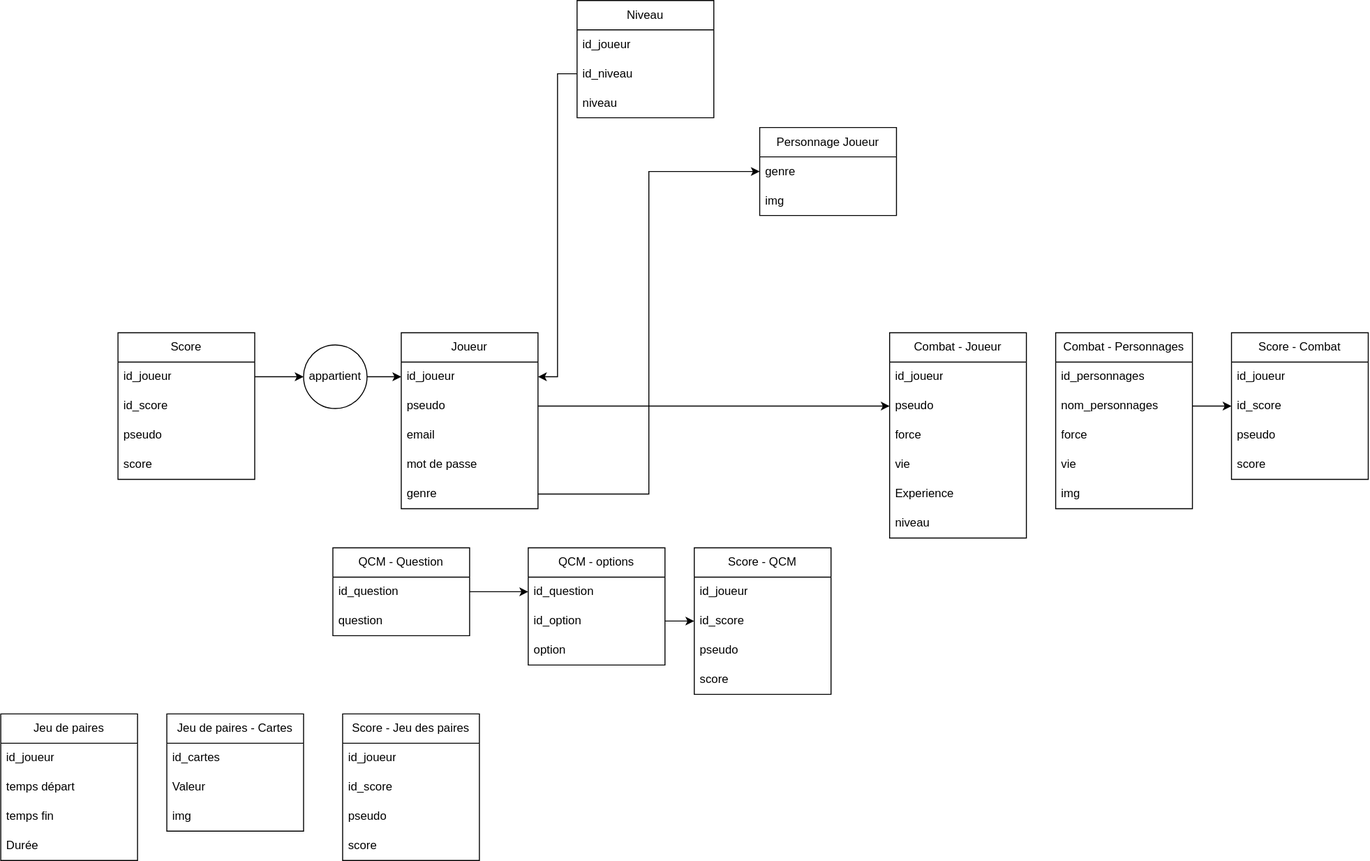
Before: BDD.svg, a diagram exported from draw.io (Oreki2004/Projet-Final-6TTSI). Source tidied: cells renumbered, new cells last; positions are measured from the earlier drawing's top-left corner, leaving out a move shared by most shapes.
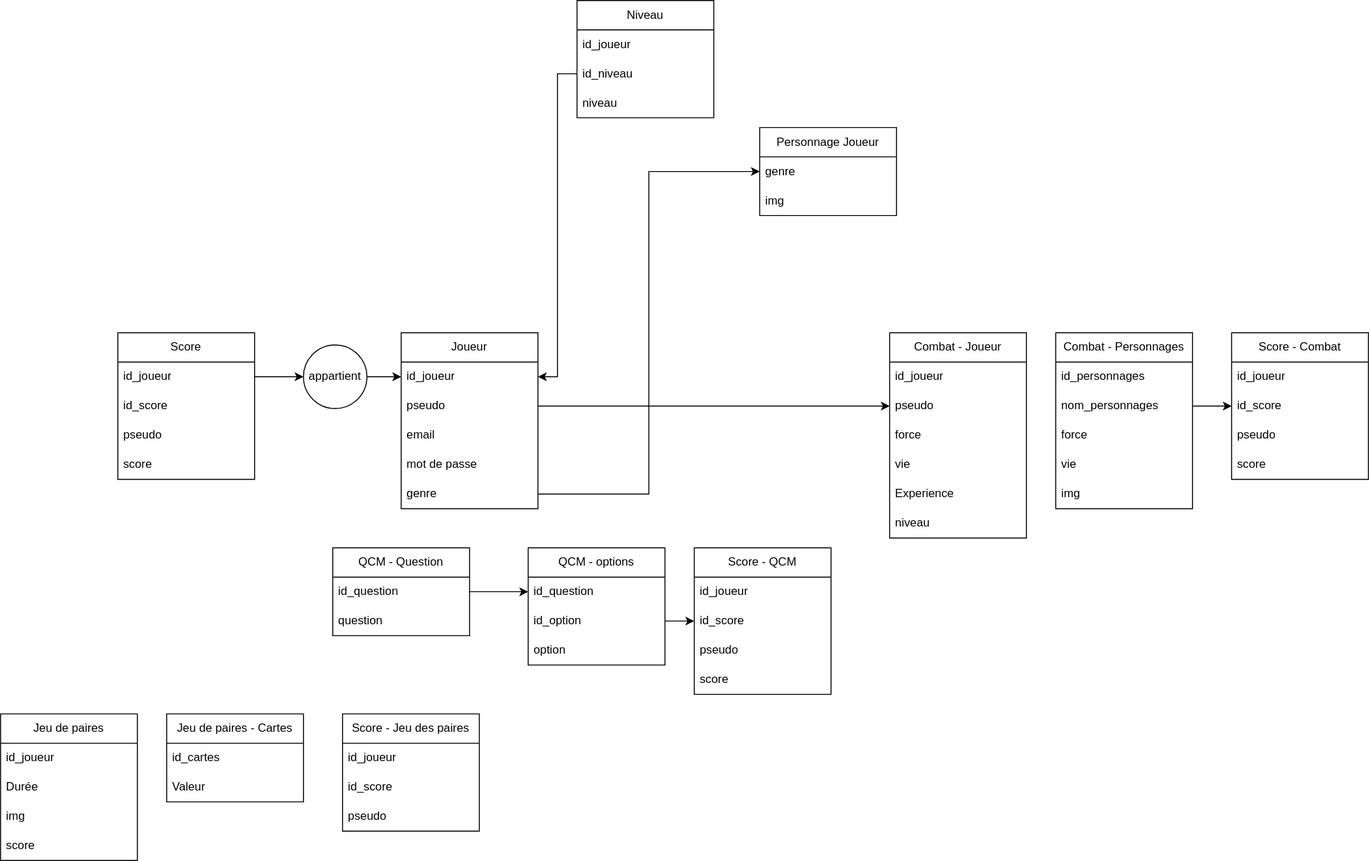
After the commit.

Commit message:
Mettre à jour BDD.svg

Change to the diagram source:
```diff
@@ -167,17 +167,17 @@
     <mxCell id="56" value="id_joueur" style="text;strokeColor=none;fillColor=none;align=left;verticalAlign=middle;spacingLeft=4;spacingRight=4;overflow=hidden;whiteSpace=wrap;html=1;" parent="55" vertex="1">
       <mxGeometry y="30" width="140" height="30" as="geometry" />
     </mxCell>
-    <mxCell id="57" value="temps départ" style="text;strokeColor=none;fillColor=none;align=left;verticalAlign=middle;spacingLeft=4;spacingRight=4;overflow=hidden;whiteSpace=wrap;html=1;" parent="55" vertex="1">
-      <mxGeometry y="60" width="140" height="30" as="geometry" />
-    </mxCell>
-    <mxCell id="58" value="temps fin" style="text;strokeColor=none;fillColor=none;align=left;verticalAlign=middle;spacingLeft=4;spacingRight=4;overflow=hidden;whiteSpace=wrap;html=1;" parent="55" vertex="1">
-      <mxGeometry y="90" width="140" height="30" as="geometry" />
-    </mxCell>
     <mxCell id="59" value="Durée" style="text;strokeColor=none;fillColor=none;align=left;verticalAlign=middle;spacingLeft=4;spacingRight=4;overflow=hidden;whiteSpace=wrap;html=1;" parent="55" vertex="1">
-      <mxGeometry y="120" width="140" height="30" as="geometry" />
+      <mxGeometry y="60" width="140" height="30" as="geometry" />
     </mxCell>
+    <mxCell id="63" value="img" style="text;strokeColor=none;fillColor=none;align=left;verticalAlign=middle;spacingLeft=4;spacingRight=4;overflow=hidden;whiteSpace=wrap;html=1;" parent="55" vertex="1">
+      <mxGeometry y="90" width="140" height="30" as="geometry" />
+    </mxCell>
+    <mxCell id="68" value="score" style="text;strokeColor=none;fillColor=none;align=left;verticalAlign=middle;spacingLeft=4;spacingRight=4;overflow=hidden;whiteSpace=wrap;html=1;" parent="55" vertex="1">
+      <mxGeometry y="120" width="140" height="30" as="geometry" />
+    </mxCell>
     <mxCell id="60" value="Jeu de paires - Cartes" style="swimlane;fontStyle=0;horizontal=1;startSize=30;whiteSpace=wrap;html=1;" parent="1" vertex="1">
-      <mxGeometry x="170" y="730" width="140" height="120" as="geometry" />
+      <mxGeometry x="170" y="730" width="140" height="90" as="geometry" />
     </mxCell>
     <mxCell id="61" value="id_cartes" style="text;strokeColor=none;fillColor=none;align=left;verticalAlign=middle;spacingLeft=4;spacingRight=4;overflow=hidden;whiteSpace=wrap;html=1;" parent="60" vertex="1">
       <mxGeometry y="30" width="140" height="30" as="geometry" />
@@ -185,11 +185,8 @@
     <mxCell id="62" value="Valeur" style="text;strokeColor=none;fillColor=none;align=left;verticalAlign=middle;spacingLeft=4;spacingRight=4;overflow=hidden;whiteSpace=wrap;html=1;" parent="60" vertex="1">
       <mxGeometry y="60" width="140" height="30" as="geometry" />
     </mxCell>
-    <mxCell id="63" value="img" style="text;strokeColor=none;fillColor=none;align=left;verticalAlign=middle;spacingLeft=4;spacingRight=4;overflow=hidden;whiteSpace=wrap;html=1;" parent="60" vertex="1">
-      <mxGeometry y="90" width="140" height="30" as="geometry" />
-    </mxCell>
     <mxCell id="64" value="Score - Jeu des paires" style="swimlane;fontStyle=0;horizontal=1;startSize=30;whiteSpace=wrap;html=1;" parent="1" vertex="1">
-      <mxGeometry x="350" y="730" width="140" height="150" as="geometry" />
+      <mxGeometry x="350" y="730" width="140" height="120" as="geometry" />
     </mxCell>
     <mxCell id="65" value="id_joueur" style="text;strokeColor=none;fillColor=none;align=left;verticalAlign=middle;spacingLeft=4;spacingRight=4;overflow=hidden;whiteSpace=wrap;html=1;" parent="64" vertex="1">
       <mxGeometry y="30" width="140" height="30" as="geometry" />
@@ -200,9 +197,6 @@
     <mxCell id="67" value="pseudo" style="text;strokeColor=none;fillColor=none;align=left;verticalAlign=middle;spacingLeft=4;spacingRight=4;overflow=hidden;whiteSpace=wrap;html=1;" parent="64" vertex="1">
       <mxGeometry y="90" width="140" height="30" as="geometry" />
     </mxCell>
-    <mxCell id="68" value="score" style="text;strokeColor=none;fillColor=none;align=left;verticalAlign=middle;spacingLeft=4;spacingRight=4;overflow=hidden;whiteSpace=wrap;html=1;" parent="64" vertex="1">
-      <mxGeometry y="120" width="140" height="30" as="geometry" />
-    </mxCell>
     <mxCell id="69" value="Personnage Joueur" style="swimlane;fontStyle=0;horizontal=1;startSize=30;whiteSpace=wrap;html=1;" parent="1" vertex="1">
       <mxGeometry x="777" y="130" width="140" height="90" as="geometry" />
     </mxCell>
```
